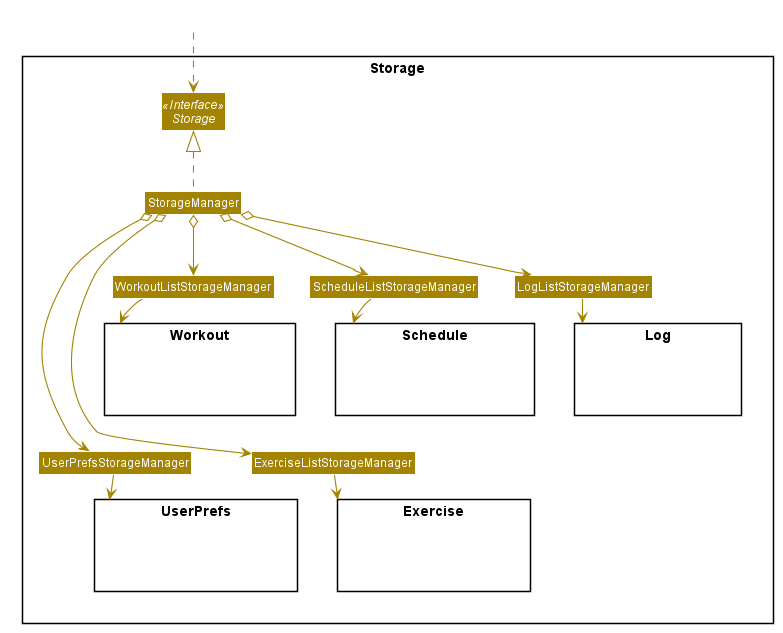
Earlier version of the PlantUML export docs/images/StorageClassDiagram.png (nus-cs2103-AY1920S2/addressbook-level3). Source of this version:
```plantuml
@startuml










skinparam BackgroundColor #FFFFFFF

skinparam Shadowing false

skinparam Class {
    FontColor #FFFFFF
    BorderThickness 1
    BorderColor #FFFFFF
    StereotypeFontColor #FFFFFF
    FontName Arial
}

skinparam Actor {
    BorderColor #000000
    Color #000000
    FontName Arial
}

skinparam Sequence {
    MessageAlign center
    BoxFontSize 15
    BoxPadding 0
    BoxFontColor #FFFFFF
    FontName Arial
}

skinparam Participant {
    FontColor #FFFFFFF
    Padding 20
}

skinparam MinClassWidth 50
skinparam ParticipantPadding 10
skinparam Shadowing false
skinparam DefaultTextAlignment center
skinparam packageStyle Rectangle

hide footbox
hide members
hide circle
skinparam arrowThickness 1.1
skinparam arrowColor #A38300
skinparam classBackgroundColor #A38300

Package Storage {
    Interface Storage <<Interface>>

    Class StorageManager
    Class UserPrefsStorageManager
    Class ExerciseListStorageManager
    Class WorkoutListStorageManager
    Class ScheduleListStorageManager
    Class LogListStorageManager

    Package UserPrefs {
        Class HiddenUserPrefsModel #FFFFFF
    }

    Package Exercise {
        Class HiddenExerciseModel #FFFFFF
    }

    Package Workout {
        Class HiddenWorkoutModel #FFFFFF
    }

    Package Schedule {
        Class HiddenScheduleModel #FFFFFF
    }

    Package Log {
        Class HiddenLogModel #FFFFFF
    }
}

Class HiddenOutside #FFFFFF
HiddenOutside ..> Storage

StorageManager .up.|> Storage
StorageManager o----> UserPrefsStorageManager
StorageManager o----> ExerciseListStorageManager
StorageManager o--> WorkoutListStorageManager
StorageManager o--> ScheduleListStorageManager
StorageManager o--> LogListStorageManager

UserPrefsStorageManager --> UserPrefs
ExerciseListStorageManager --> Exercise
WorkoutListStorageManager --> Workout
ScheduleListStorageManager --> Schedule
LogListStorageManager --> Log
@enduml
```
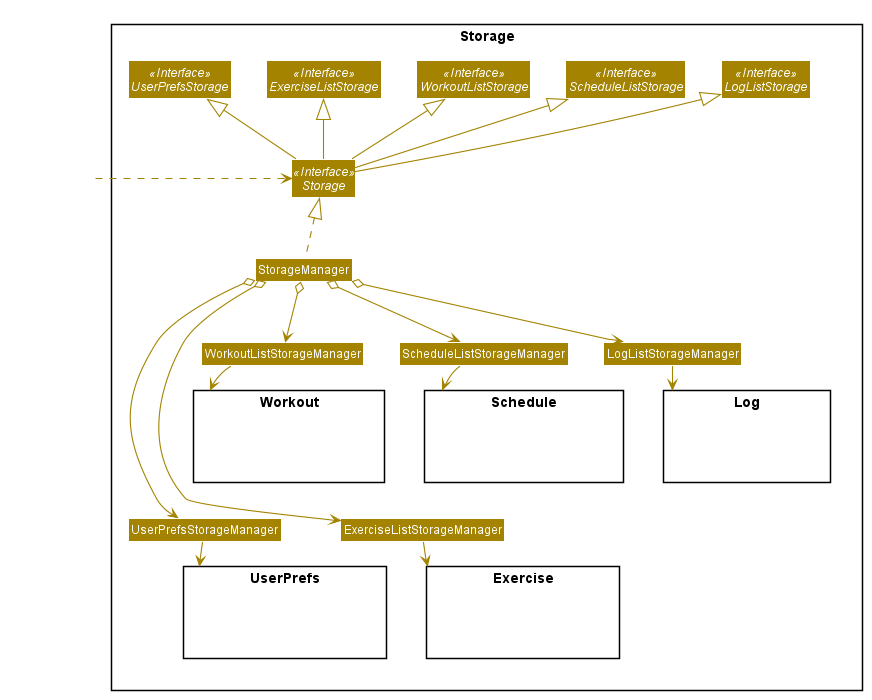
After the change.

Commit message:
edit Logic, Model and Storage Class Diagrams

Diff of the diagram source:
```diff
@@ -55,6 +55,11 @@
 
 Package Storage {
     Interface Storage <<Interface>>
+    Interface UserPrefsStorage <<Interface>>
+    Interface ExerciseListStorage <<Interface>>
+    Interface WorkoutListStorage <<Interface>>
+    Interface ScheduleListStorage <<Interface>>
+    Interface LogListStorage <<Interface>>
 
     Class StorageManager
     Class UserPrefsStorageManager
@@ -85,7 +90,13 @@
 }
 
 Class HiddenOutside #FFFFFF
-HiddenOutside ..> Storage
+HiddenOutside .right.> Storage
+
+Storage -up-|> UserPrefsStorage
+Storage -up-|> ExerciseListStorage
+Storage -up-|> WorkoutListStorage
+Storage -up-|> ScheduleListStorage
+Storage -up-|> LogListStorage
 
 StorageManager .up.|> Storage
 StorageManager o----> UserPrefsStorageManager
```
